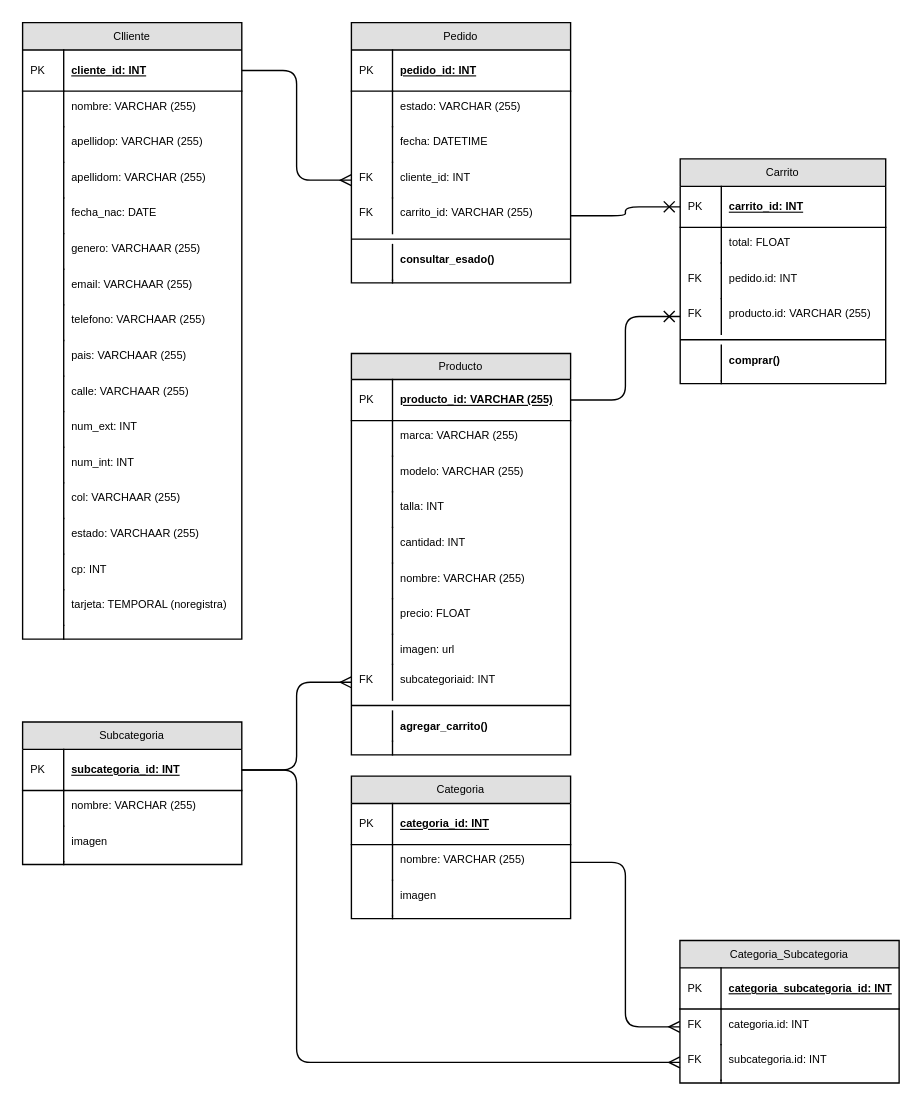
Before: diagrams/entidad-relacion.drawio in IsmaelFajardo/Mint_project, a draw.io diagram. Source tidied: cells renumbered, new cells numbered last; positions are measured from the earlier drawing's top-left corner, leaving out a move shared by most shapes. Both pictures are drawn from the tidied source at 137%, with x=0, y=0 at pixel (22, 22).
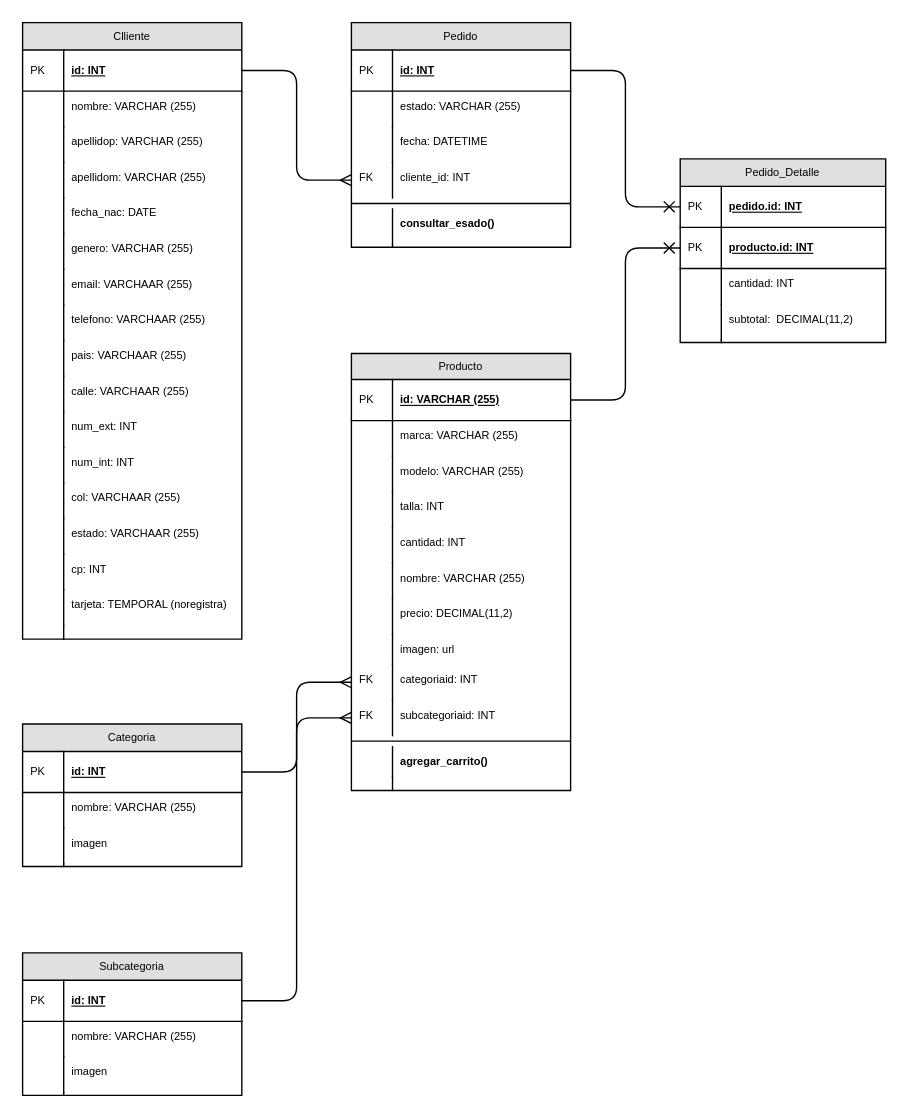
Above is the later version.

Unchanged cells that the change refers to:
```xml
<mxCell id="2" value="Clliente" style="swimlane;fontStyle=0;horizontal=1;startSize=20;fillColor=#e0e0e0;swimlaneFillColor=#ffffff;align=center;fontSize=8;" parent="1" vertex="1">
  <mxGeometry width="160" height="450" as="geometry" />
</mxCell>
<mxCell id="107" value="nombre: VARCHAR (255)" style="shape=partialRectangle;top=0;left=0;right=0;bottom=0;align=left;verticalAlign=top;fillColor=none;spacingLeft=34;spacingRight=4;overflow=hidden;points=[[0,0.5],[1,0.5]];portConstraint=eastwest;fontSize=8;" parent="104" vertex="1">
  <mxGeometry y="50" width="160" height="26" as="geometry" />
</mxCell>
```

Change to the diagram source:
```diff
@@
-    <mxCell id="3" value="cliente_id: INT" style="shape=partialRectangle;top=0;left=0;right=0;bottom=1;align=left;verticalAlign=middle;fillColor=none;spacingLeft=34;spacingRight=4;overflow=hidden;points=[[0,0.5],[1,0.5]];portConstraint=eastwest;fontStyle=5;fontSize=8;" parent="2" vertex="1">
+    <mxCell id="3" value="id: INT" style="shape=partialRectangle;top=0;left=0;right=0;bottom=1;align=left;verticalAlign=middle;fillColor=none;spacingLeft=34;spacingRight=4;overflow=hidden;points=[[0,0.5],[1,0.5]];portConstraint=eastwest;fontStyle=5;fontSize=8;" parent="2" vertex="1">
       <mxGeometry y="20" width="160" height="30" as="geometry" />
     </mxCell>
@@
-    <mxCell id="13" value="genero: VARCHAAR (255)" style="shape=partialRectangle;top=0;left=0;right=0;bottom=0;align=left;verticalAlign=top;fillColor=none;spacingLeft=34;spacingRight=4;overflow=hidden;fontSize=8;" parent="2" vertex="1">
+    <mxCell id="13" value="genero: VARCHAR (255)" style="shape=partialRectangle;top=0;left=0;right=0;bottom=0;align=left;verticalAlign=top;fillColor=none;spacingLeft=34;spacingRight=4;overflow=hidden;fontSize=8;" parent="2" vertex="1">
       <mxGeometry y="154" width="160" height="26" as="geometry" />
     </mxCell>
@@
     <mxCell id="37" value="Pedido" style="swimlane;fontStyle=0;horizontal=1;startSize=20;fillColor=#e0e0e0;swimlaneFillColor=#ffffff;align=center;fontSize=8;" parent="1" vertex="1">
-      <mxGeometry x="240" width="160" height="190" as="geometry" />
+      <mxGeometry x="240" width="160" height="164" as="geometry" />
     </mxCell>
-    <mxCell id="38" value="pedido_id: INT" style="shape=partialRectangle;top=0;left=0;right=0;bottom=1;align=left;verticalAlign=middle;fillColor=none;spacingLeft=34;spacingRight=4;overflow=hidden;points=[[0,0.5],[1,0.5]];portConstraint=eastwest;fontStyle=5;fontSize=8;" parent="37" vertex="1">
+    <mxCell id="38" value="id: INT" style="shape=partialRectangle;top=0;left=0;right=0;bottom=1;align=left;verticalAlign=middle;fillColor=none;spacingLeft=34;spacingRight=4;overflow=hidden;points=[[0,0.5],[1,0.5]];portConstraint=eastwest;fontStyle=5;fontSize=8;" parent="37" vertex="1">
       <mxGeometry y="20" width="160" height="30" as="geometry" />
     </mxCell>
@@
-    <mxCell id="46" value="carrito_id: VARCHAR (255)" style="shape=partialRectangle;top=0;left=0;right=0;bottom=0;align=left;verticalAlign=top;fillColor=none;spacingLeft=34;spacingRight=4;overflow=hidden;points=[[0,0.5],[1,0.5]];portConstraint=eastwest;fontSize=8;" parent="37" vertex="1">
-      <mxGeometry y="128" width="160" height="26" as="geometry" />
-    </mxCell>
-    <mxCell id="47" value="FK" style="shape=partialRectangle;top=0;left=0;bottom=0;fillColor=none;align=left;verticalAlign=top;spacingLeft=4;spacingRight=4;overflow=hidden;fontSize=8;" parent="46" vertex="1">
-      <mxGeometry width="30" height="26" as="geometry" />
-    </mxCell>
     <mxCell id="48" style="line;strokeWidth=1;fillColor=none;align=left;verticalAlign=middle;spacingTop=-1;spacingLeft=3;spacingRight=3;labelPosition=right;fontSize=12;" parent="37" vertex="1">
-      <mxGeometry y="154" width="160" height="8" as="geometry" />
+      <mxGeometry y="128" width="160" height="8" as="geometry" />
     </mxCell>
     <mxCell id="49" value="consultar_esado()" style="shape=partialRectangle;top=0;left=0;right=0;bottom=0;align=left;verticalAlign=top;fillColor=none;spacingLeft=34;spacingRight=4;overflow=hidden;fontSize=8;fontStyle=1;" parent="37" vertex="1">
-      <mxGeometry y="162" width="160" height="26" as="geometry" />
+      <mxGeometry y="136" width="160" height="26" as="geometry" />
     </mxCell>
@@
     <mxCell id="51" style="shape=partialRectangle;top=0;left=0;right=0;bottom=0;align=left;verticalAlign=top;fillColor=none;spacingLeft=34;spacingRight=4;overflow=hidden;fontSize=8;" parent="37" vertex="1">
-      <mxGeometry y="188" width="160" height="2" as="geometry" />
+      <mxGeometry y="162" width="160" height="2" as="geometry" />
     </mxCell>
@@
     <mxCell id="54" value="Producto" style="swimlane;fontStyle=0;horizontal=1;startSize=19;fillColor=#e0e0e0;swimlaneFillColor=#ffffff;align=center;fontSize=8;" parent="1" vertex="1">
-      <mxGeometry x="240" y="241.5" width="160" height="293" as="geometry" />
+      <mxGeometry x="240" y="241.5" width="160" height="319" as="geometry" />
     </mxCell>
-    <mxCell id="55" value="producto_id: VARCHAR (255)" style="shape=partialRectangle;top=0;left=0;right=0;bottom=1;align=left;verticalAlign=middle;fillColor=none;spacingLeft=34;spacingRight=4;overflow=hidden;points=[[0,0.5],[1,0.5]];portConstraint=eastwest;fontStyle=5;fontSize=8;" parent="54" vertex="1">
+    <mxCell id="55" value="id: VARCHAR (255)" style="shape=partialRectangle;top=0;left=0;right=0;bottom=1;align=left;verticalAlign=middle;fillColor=none;spacingLeft=34;spacingRight=4;overflow=hidden;points=[[0,0.5],[1,0.5]];portConstraint=eastwest;fontStyle=5;fontSize=8;" parent="54" vertex="1">
       <mxGeometry y="19" width="160" height="30" as="geometry" />
     </mxCell>
@@
-    <mxCell id="67" value="precio: FLOAT" style="shape=partialRectangle;top=0;left=0;right=0;bottom=0;align=left;verticalAlign=top;fillColor=none;spacingLeft=34;spacingRight=4;overflow=hidden;fontSize=8;" parent="54" vertex="1">
+    <mxCell id="67" value="precio: DECIMAL(11,2)" style="shape=partialRectangle;top=0;left=0;right=0;bottom=0;align=left;verticalAlign=top;fillColor=none;spacingLeft=34;spacingRight=4;overflow=hidden;fontSize=8;" parent="54" vertex="1">
       <mxGeometry y="179" width="160" height="26" as="geometry" />
     </mxCell>
@@
-    <mxCell id="71" value="subcategoriaid: INT" style="shape=partialRectangle;top=0;left=0;right=0;bottom=0;align=left;verticalAlign=top;fillColor=none;spacingLeft=34;spacingRight=4;overflow=hidden;points=[[0,0.5],[1,0.5]];portConstraint=eastwest;fontSize=8;" parent="54" vertex="1">
+    <mxCell id="71" value="categoriaid: INT" style="shape=partialRectangle;top=0;left=0;right=0;bottom=0;align=left;verticalAlign=top;fillColor=none;spacingLeft=34;spacingRight=4;overflow=hidden;points=[[0,0.5],[1,0.5]];portConstraint=eastwest;fontSize=8;" parent="54" vertex="1">
       <mxGeometry y="227" width="160" height="26" as="geometry" />
     </mxCell>
@@
+    <mxCell id="124" value="subcategoriaid: INT" style="shape=partialRectangle;top=0;left=0;right=0;bottom=0;align=left;verticalAlign=top;fillColor=none;spacingLeft=34;spacingRight=4;overflow=hidden;points=[[0,0.5],[1,0.5]];portConstraint=eastwest;fontSize=8;" parent="54" vertex="1">
+      <mxGeometry y="253" width="160" height="26" as="geometry" />
+    </mxCell>
+    <mxCell id="125" value="FK" style="shape=partialRectangle;top=0;left=0;bottom=0;fillColor=none;align=left;verticalAlign=top;spacingLeft=4;spacingRight=4;overflow=hidden;fontSize=8;" parent="124" vertex="1">
+      <mxGeometry width="30" height="26" as="geometry" />
+    </mxCell>
     <mxCell id="73" style="line;strokeWidth=1;fillColor=none;align=left;verticalAlign=middle;spacingTop=-1;spacingLeft=3;spacingRight=3;labelPosition=right;fontSize=12;" parent="54" vertex="1">
-      <mxGeometry y="253" width="160" height="8" as="geometry" />
+      <mxGeometry y="279" width="160" height="8" as="geometry" />
     </mxCell>
     <mxCell id="74" value="agregar_carrito()" style="shape=partialRectangle;top=0;left=0;right=0;bottom=0;align=left;verticalAlign=top;fillColor=none;spacingLeft=34;spacingRight=4;overflow=hidden;fontSize=8;fontStyle=1;" parent="54" vertex="1">
-      <mxGeometry y="261" width="160" height="22" as="geometry" />
+      <mxGeometry y="287" width="160" height="22" as="geometry" />
     </mxCell>
@@
     <mxCell id="76" style="shape=partialRectangle;top=0;left=0;right=0;bottom=0;align=left;verticalAlign=top;fillColor=none;spacingLeft=34;spacingRight=4;overflow=hidden;fontSize=8;" parent="54" vertex="1">
-      <mxGeometry y="283" width="160" height="10" as="geometry" />
+      <mxGeometry y="309" width="160" height="10" as="geometry" />
     </mxCell>
@@
-    <mxCell id="78" value="Carrito" style="swimlane;fontStyle=0;horizontal=1;startSize=20;fillColor=#e0e0e0;swimlaneFillColor=#ffffff;align=center;fontSize=8;" parent="1" vertex="1">
-      <mxGeometry x="480" y="99.5" width="150" height="164" as="geometry" />
+    <mxCell id="78" value="Pedido_Detalle" style="swimlane;fontStyle=0;horizontal=1;startSize=20;fillColor=#e0e0e0;swimlaneFillColor=#ffffff;align=center;fontSize=8;" parent="1" vertex="1">
+      <mxGeometry x="480" y="99.5" width="150" height="134" as="geometry" />
     </mxCell>
-    <mxCell id="79" value="carrito_id: INT" style="shape=partialRectangle;top=0;left=0;right=0;bottom=1;align=left;verticalAlign=middle;fillColor=none;spacingLeft=34;spacingRight=4;overflow=hidden;points=[[0,0.5],[1,0.5]];portConstraint=eastwest;fontStyle=5;fontSize=8;" parent="78" vertex="1">
+    <mxCell id="79" value="pedido.id: INT" style="shape=partialRectangle;top=0;left=0;right=0;bottom=1;align=left;verticalAlign=middle;fillColor=none;spacingLeft=34;spacingRight=4;overflow=hidden;points=[[0,0.5],[1,0.5]];portConstraint=eastwest;fontStyle=5;fontSize=8;" parent="78" vertex="1">
       <mxGeometry y="20" width="150" height="30" as="geometry" />
     </mxCell>
@@
+    <mxCell id="126" value="producto.id: INT" style="shape=partialRectangle;top=0;left=0;right=0;bottom=1;align=left;verticalAlign=middle;fillColor=none;spacingLeft=34;spacingRight=4;overflow=hidden;points=[[0,0.5],[1,0.5]];portConstraint=eastwest;fontStyle=5;fontSize=8;" parent="78" vertex="1">
+      <mxGeometry y="50" width="150" height="30" as="geometry" />
+    </mxCell>
+    <mxCell id="116" value="PK" style="shape=partialRectangle;top=0;left=0;bottom=0;fillColor=none;align=left;verticalAlign=middle;spacingLeft=4;spacingRight=4;overflow=hidden;fontSize=8;" parent="126" vertex="1">
+      <mxGeometry width="30" height="30" as="geometry" />
+    </mxCell>
-    <mxCell id="81" value="total: FLOAT" style="shape=partialRectangle;top=0;left=0;right=0;bottom=0;align=left;verticalAlign=top;fillColor=none;spacingLeft=34;spacingRight=4;overflow=hidden;fontSize=8;" parent="78" vertex="1">
-      <mxGeometry y="50" width="150" height="26" as="geometry" />
+    <mxCell id="81" value="cantidad: INT" style="shape=partialRectangle;top=0;left=0;right=0;bottom=0;align=left;verticalAlign=top;fillColor=none;spacingLeft=34;spacingRight=4;overflow=hidden;fontSize=8;" parent="78" vertex="1">
+      <mxGeometry y="80" width="150" height="26" as="geometry" />
     </mxCell>
@@
-    <mxCell id="83" value="pedido.id: INT" style="shape=partialRectangle;top=0;left=0;right=0;bottom=0;align=left;verticalAlign=top;fillColor=none;spacingLeft=34;spacingRight=4;overflow=hidden;fontSize=8;" parent="78" vertex="1">
-      <mxGeometry y="76" width="150" height="26" as="geometry" />
+    <mxCell id="83" value="subtotal:  DECIMAL(11,2)" style="shape=partialRectangle;top=0;left=0;right=0;bottom=0;align=left;verticalAlign=top;fillColor=none;spacingLeft=34;spacingRight=4;overflow=hidden;fontSize=8;" parent="78" vertex="1">
+      <mxGeometry y="106" width="150" height="26" as="geometry" />
     </mxCell>
-    <mxCell id="84" value="FK" style="shape=partialRectangle;top=0;left=0;bottom=0;fillColor=none;align=left;verticalAlign=top;spacingLeft=4;spacingRight=4;overflow=hidden;fontSize=8;" parent="83" vertex="1">
+    <mxCell id="84" style="shape=partialRectangle;top=0;left=0;bottom=0;fillColor=none;align=left;verticalAlign=top;spacingLeft=4;spacingRight=4;overflow=hidden;fontSize=8;" parent="83" vertex="1">
       <mxGeometry width="30" height="26" as="geometry" />
     </mxCell>
-    <mxCell id="85" value="producto.id: VARCHAR (255)" style="shape=partialRectangle;top=0;left=0;right=0;bottom=0;align=left;verticalAlign=top;fillColor=none;spacingLeft=34;spacingRight=4;overflow=hidden;points=[[0,0.5],[1,0.5]];portConstraint=eastwest;fontSize=8;" parent="78" vertex="1">
-      <mxGeometry y="102" width="150" height="26" as="geometry" />
-    </mxCell>
-    <mxCell id="86" value="FK" style="shape=partialRectangle;top=0;left=0;bottom=0;fillColor=none;align=left;verticalAlign=top;spacingLeft=4;spacingRight=4;overflow=hidden;fontSize=8;" parent="85" vertex="1">
-      <mxGeometry width="30" height="26" as="geometry" />
-    </mxCell>
-    <mxCell id="87" style="line;strokeWidth=1;fillColor=none;align=left;verticalAlign=middle;spacingTop=-1;spacingLeft=3;spacingRight=3;labelPosition=right;fontSize=12;" parent="78" vertex="1">
-      <mxGeometry y="128" width="150" height="8" as="geometry" />
-    </mxCell>
-    <mxCell id="88" value="comprar()" style="shape=partialRectangle;top=0;left=0;right=0;bottom=0;align=left;verticalAlign=top;fillColor=none;spacingLeft=34;spacingRight=4;overflow=hidden;fontSize=8;fontStyle=1;" parent="78" vertex="1">
-      <mxGeometry y="136" width="150" height="26" as="geometry" />
-    </mxCell>
-    <mxCell id="89" style="shape=partialRectangle;top=0;left=0;bottom=0;fillColor=none;align=left;verticalAlign=top;spacingLeft=4;spacingRight=4;overflow=hidden;fontSize=8;" parent="88" vertex="1">
-      <mxGeometry width="30" height="26" as="geometry" />
-    </mxCell>
     <mxCell id="90" style="shape=partialRectangle;top=0;left=0;right=0;bottom=0;align=left;verticalAlign=top;fillColor=none;spacingLeft=34;spacingRight=4;overflow=hidden;fontSize=8;" parent="78" vertex="1">
-      <mxGeometry y="162" width="150" height="2" as="geometry" />
+      <mxGeometry y="132" width="150" height="2" as="geometry" />
     </mxCell>
@@
-    <mxCell id="92" style="endArrow=none;html=1;edgeStyle=elbowEdgeStyle;startArrow=cross;startFill=0;exitX=0;exitY=0.5;exitDx=0;exitDy=0;fontSize=8;entryX=1;entryY=0.5;entryDx=0;entryDy=0;" parent="1" edge="1" source="79" target="46">
+    <mxCell id="92" style="endArrow=none;html=1;edgeStyle=elbowEdgeStyle;startArrow=cross;startFill=0;exitX=0;exitY=0.5;exitDx=0;exitDy=0;fontSize=8;entryX=1;entryY=0.5;entryDx=0;entryDy=0;" parent="1" edge="1" source="79" target="38">
       <mxGeometry relative="1" as="geometry" />
     </mxCell>
-    <mxCell id="93" style="endArrow=none;html=1;edgeStyle=elbowEdgeStyle;startArrow=cross;startFill=0;exitX=0;exitY=0.5;exitDx=0;exitDy=0;fontSize=8;entryX=1;entryY=0.5;entryDx=0;entryDy=0;" parent="1" edge="1" source="85" target="55">
+    <mxCell id="93" style="endArrow=none;html=1;edgeStyle=elbowEdgeStyle;startArrow=cross;startFill=0;exitX=0;exitY=0.5;exitDx=0;exitDy=0;fontSize=8;entryX=1;entryY=0.5;entryDx=0;entryDy=0;" parent="1" edge="1" source="126" target="55">
       <mxGeometry relative="1" as="geometry" />
     </mxCell>
     <mxCell id="94" value="Subcategoria" style="swimlane;fontStyle=0;horizontal=1;startSize=20;fillColor=#e0e0e0;swimlaneFillColor=#ffffff;align=center;fontSize=8;" parent="1" vertex="1">
-      <mxGeometry y="510.5" width="160" height="104" as="geometry" />
+      <mxGeometry y="679" width="160" height="104" as="geometry" />
     </mxCell>
-    <mxCell id="95" value="subcategoria_id: INT" style="shape=partialRectangle;top=0;left=0;right=0;bottom=1;align=left;verticalAlign=middle;fillColor=none;spacingLeft=34;spacingRight=4;overflow=hidden;points=[[0,0.5],[1,0.5]];portConstraint=eastwest;fontStyle=5;fontSize=8;" parent="94" vertex="1">
+    <mxCell id="95" value="id: INT" style="shape=partialRectangle;top=0;left=0;right=0;bottom=1;align=left;verticalAlign=middle;fillColor=none;spacingLeft=34;spacingRight=4;overflow=hidden;points=[[0,0.5],[1,0.5]];portConstraint=eastwest;fontStyle=5;fontSize=8;" parent="94" vertex="1">
       <mxGeometry y="20" width="160" height="30" as="geometry" />
     </mxCell>
@@
-    <mxCell id="103" style="endArrow=none;html=1;exitX=0;exitY=0.5;exitDx=0;exitDy=0;edgeStyle=elbowEdgeStyle;startArrow=ERmany;startFill=0;fontSize=8;entryX=1;entryY=0.5;entryDx=0;entryDy=0;" parent="1" edge="1" source="71" target="95">
+    <mxCell id="103" style="endArrow=none;html=1;exitX=0;exitY=0.5;exitDx=0;exitDy=0;edgeStyle=elbowEdgeStyle;startArrow=ERmany;startFill=0;fontSize=8;entryX=1;entryY=0.5;entryDx=0;entryDy=0;" parent="1" edge="1" source="124" target="95">
       <mxGeometry relative="1" as="geometry" />
     </mxCell>
     <mxCell id="104" value="Categoria" style="swimlane;fontStyle=0;horizontal=1;startSize=20;fillColor=#e0e0e0;swimlaneFillColor=#ffffff;align=center;fontSize=8;" parent="1" vertex="1">
-      <mxGeometry x="240" y="550" width="160" height="104" as="geometry" />
+      <mxGeometry y="512" width="160" height="104" as="geometry" />
     </mxCell>
-    <mxCell id="105" value="categoria_id: INT" style="shape=partialRectangle;top=0;left=0;right=0;bottom=1;align=left;verticalAlign=middle;fillColor=none;spacingLeft=34;spacingRight=4;overflow=hidden;points=[[0,0.5],[1,0.5]];portConstraint=eastwest;fontStyle=5;fontSize=8;" parent="104" vertex="1">
+    <mxCell id="105" value="id: INT" style="shape=partialRectangle;top=0;left=0;right=0;bottom=1;align=left;verticalAlign=middle;fillColor=none;spacingLeft=34;spacingRight=4;overflow=hidden;points=[[0,0.5],[1,0.5]];portConstraint=eastwest;fontStyle=5;fontSize=8;" parent="104" vertex="1">
       <mxGeometry y="20" width="160" height="30" as="geometry" />
     </mxCell>
@@
-    <mxCell id="113" style="endArrow=none;html=1;edgeStyle=elbowEdgeStyle;startArrow=ERmany;startFill=0;fontSize=8;entryX=1;entryY=0.5;entryDx=0;entryDy=0;exitX=0;exitY=0.5;exitDx=0;exitDy=0;" parent="1" edge="1" source="117" target="107">
-      <mxGeometry relative="1" as="geometry" />
-    </mxCell>
-    <mxCell id="114" value="Categoria_Subcategoria" style="swimlane;fontStyle=0;horizontal=1;startSize=20;fillColor=#e0e0e0;swimlaneFillColor=#ffffff;align=center;fontSize=8;" parent="1" vertex="1">
-      <mxGeometry x="479.8" y="670" width="160" height="104" as="geometry" />
-    </mxCell>
-    <mxCell id="115" value="categoria_subcategoria_id: INT" style="shape=partialRectangle;top=0;left=0;right=0;bottom=1;align=left;verticalAlign=middle;fillColor=none;spacingLeft=34;spacingRight=4;overflow=hidden;fontStyle=5;fontSize=8;" parent="114" vertex="1">
-      <mxGeometry y="20" width="160" height="30" as="geometry" />
-    </mxCell>
-    <mxCell id="116" value="PK" style="shape=partialRectangle;top=0;left=0;bottom=0;fillColor=none;align=left;verticalAlign=middle;spacingLeft=4;spacingRight=4;overflow=hidden;fontSize=8;" parent="115" vertex="1">
-      <mxGeometry width="30" height="30" as="geometry" />
-    </mxCell>
-    <mxCell id="117" value="categoria.id: INT" style="shape=partialRectangle;top=0;left=0;right=0;bottom=0;align=left;verticalAlign=top;fillColor=none;spacingLeft=34;spacingRight=4;overflow=hidden;points=[[0,0.5],[1,0.5]];portConstraint=eastwest;fontSize=8;" parent="114" vertex="1">
-      <mxGeometry y="50" width="160" height="26" as="geometry" />
-    </mxCell>
-    <mxCell id="118" value="FK" style="shape=partialRectangle;top=0;left=0;bottom=0;fillColor=none;align=left;verticalAlign=top;spacingLeft=4;spacingRight=4;overflow=hidden;fontSize=8;" parent="117" vertex="1">
-      <mxGeometry width="30" height="26" as="geometry" />
-    </mxCell>
-    <mxCell id="119" value="subcategoria.id: INT" style="shape=partialRectangle;top=0;left=0;right=0;bottom=0;align=left;verticalAlign=top;fillColor=none;spacingLeft=34;spacingRight=4;overflow=hidden;points=[[0,0.5],[1,0.5]];portConstraint=eastwest;fontSize=8;" parent="114" vertex="1">
-      <mxGeometry y="76" width="160" height="26" as="geometry" />
-    </mxCell>
-    <mxCell id="120" value="FK" style="shape=partialRectangle;top=0;left=0;bottom=0;fillColor=none;align=left;verticalAlign=top;spacingLeft=4;spacingRight=4;overflow=hidden;fontSize=8;" parent="119" vertex="1">
-      <mxGeometry width="30" height="26" as="geometry" />
-    </mxCell>
-    <mxCell id="121" style="shape=partialRectangle;top=0;left=0;right=0;bottom=0;align=left;verticalAlign=top;fillColor=none;spacingLeft=34;spacingRight=4;overflow=hidden;fontSize=8;" parent="114" vertex="1">
-      <mxGeometry y="102" width="160" height="2" as="geometry" />
-    </mxCell>
-    <mxCell id="122" style="shape=partialRectangle;top=0;left=0;bottom=0;fillColor=none;align=left;verticalAlign=top;spacingLeft=4;spacingRight=4;overflow=hidden;fontSize=8;" parent="121" vertex="1">
-      <mxGeometry width="30" height="2" as="geometry" />
-    </mxCell>
-    <mxCell id="123" style="endArrow=none;html=1;edgeStyle=elbowEdgeStyle;startArrow=ERmany;startFill=0;fontSize=8;entryX=1;entryY=0.5;entryDx=0;entryDy=0;exitX=0;exitY=0.5;exitDx=0;exitDy=0;" parent="1" edge="1" source="119" target="95">
+    <mxCell id="123" style="endArrow=none;html=1;edgeStyle=elbowEdgeStyle;startArrow=ERmany;startFill=0;fontSize=8;entryX=1;entryY=0.5;entryDx=0;entryDy=0;exitX=0;exitY=0.5;exitDx=0;exitDy=0;" parent="1" edge="1" source="71" target="105">
       <mxGeometry relative="1" as="geometry">
         <Array as="points">
-          <mxPoint x="200" y="680" />
+          <mxPoint x="200" y="540" />
         </Array>
       </mxGeometry>
     </mxCell>
```
